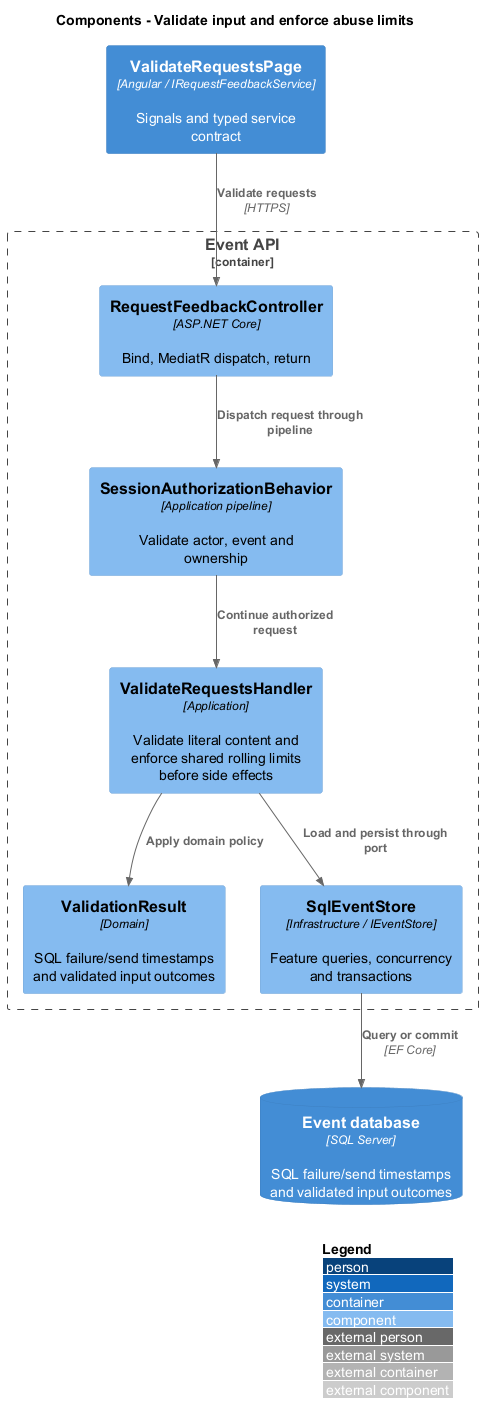
This is docs/detailed-designs/platform-security/validate-requests/diagrams/c4-component.png from QuinntyneBrown/faithtech-toronto-ai-build-event, a PlantUML export, as it was before one commit.
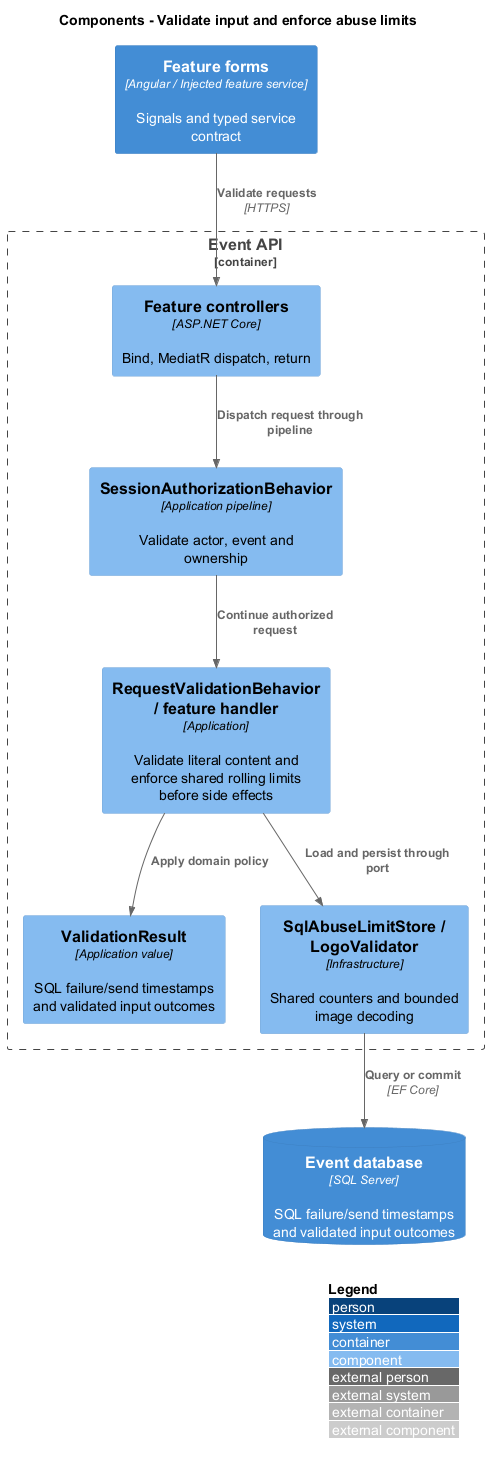
After the commit.

Diff of the diagram source:
```diff
@@ -2,13 +2,13 @@
 !include <C4/C4_Component>
 LAYOUT_WITH_LEGEND()
 title Components - Validate input and enforce abuse limits
-Container(ui, "ValidateRequestsPage", "Angular / IRequestFeedbackService", "Signals and typed service contract")
+Container(ui, "Feature forms", "Angular / Injected feature service", "Signals and typed service contract")
 Container_Boundary(api, "Event API") {
-Component(ctrl, "RequestFeedbackController", "ASP.NET Core", "Bind, MediatR dispatch, return")
+Component(ctrl, "Feature controllers", "ASP.NET Core", "Bind, MediatR dispatch, return")
 Component(gate, "SessionAuthorizationBehavior", "Application pipeline", "Validate actor, event and ownership")
-Component(handler, "ValidateRequestsHandler", "Application", "Validate literal content and enforce shared rolling limits before side effects")
-Component(entity, "ValidationResult", "Domain", "SQL failure/send timestamps and validated input outcomes")
-Component(store, "SqlEventStore", "Infrastructure / IEventStore", "Feature queries, concurrency and transactions")
+Component(handler, "RequestValidationBehavior / feature handler", "Application", "Validate literal content and enforce shared rolling limits before side effects")
+Component(entity, "ValidationResult", "Application value", "SQL failure/send timestamps and validated input outcomes")
+Component(store, "SqlAbuseLimitStore / LogoValidator", "Infrastructure", "Shared counters and bounded image decoding")
 }
 ContainerDb(db, "Event database", "SQL Server", "SQL failure/send timestamps and validated input outcomes")
 Rel(ui, ctrl, "Validate requests", "HTTPS")
```
